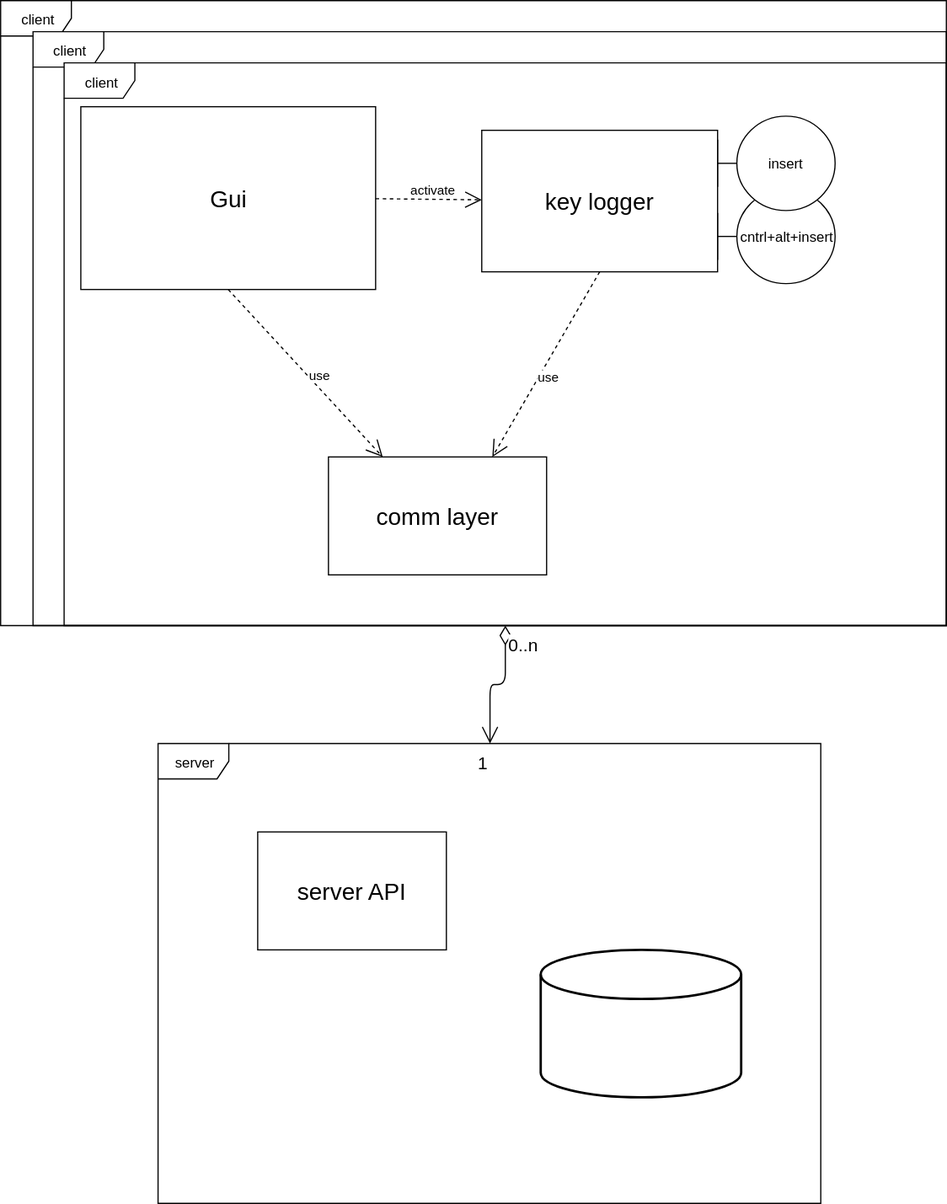
Earlier version of the draw.io export Documents/general diagram.svg (adibl/password_saver). Source tidied: cells renumbered, new cells last; positions are measured from the earlier drawing's top-left corner, leaving out a move shared by most shapes. Source of this version:
```xml
<mxGraphModel>
  <root>
    <mxCell id="0" />
    <mxCell id="1" parent="0" />
    <mxCell id="2" style="strokeWidth=2;html=1;shape=mxgraph.flowchart.database;whiteSpace=wrap;" parent="1" vertex="1">
      <mxGeometry x="458" y="805" width="170" height="125" as="geometry" />
    </mxCell>
    <mxCell id="3" value="&lt;font style=&quot;font-size: 20px&quot;&gt;server API&lt;/font&gt;" style="html=1;" parent="1" vertex="1">
      <mxGeometry x="218" y="705" width="160" height="100" as="geometry" />
    </mxCell>
    <mxCell id="4" value="server" style="shape=umlFrame;whiteSpace=wrap;html=1;" parent="1" vertex="1">
      <mxGeometry x="133.5" y="630" width="562" height="390" as="geometry" />
    </mxCell>
    <mxCell id="5" value="cntrl+alt+insert" style="shape=umlBoundary;whiteSpace=wrap;html=1;" parent="1" vertex="1">
      <mxGeometry x="608" y="160" width="100" height="80" as="geometry" />
    </mxCell>
    <mxCell id="6" value="&lt;font style=&quot;font-size: 20px&quot;&gt;key logger&lt;/font&gt;" style="html=1;" parent="1" vertex="1">
      <mxGeometry x="408" y="110" width="200" height="120" as="geometry" />
    </mxCell>
    <mxCell id="7" value="&lt;font style=&quot;font-size: 20px&quot;&gt;Gui&lt;/font&gt;" style="html=1;" parent="1" vertex="1">
      <mxGeometry x="68" y="90" width="250" height="155" as="geometry" />
    </mxCell>
    <mxCell id="8" value="activate" style="endArrow=open;endSize=12;dashed=1;html=1;exitX=1;exitY=0.5;exitDx=0;exitDy=0;" parent="1" edge="1" source="7" target="6">
      <mxGeometry x="0.09" y="8" relative="1" as="geometry" />
    </mxCell>
    <mxCell id="9" value="&lt;font style=&quot;font-size: 20px&quot;&gt;comm layer&lt;/font&gt;" style="html=1;" parent="1" vertex="1">
      <mxGeometry x="278" y="387" width="185" height="100" as="geometry" />
    </mxCell>
    <mxCell id="10" value="use" style="endArrow=open;endSize=12;dashed=1;html=1;exitX=0.5;exitY=1;exitDx=0;exitDy=0;entryX=0.25;entryY=0;entryDx=0;entryDy=0;" parent="1" edge="1" source="7" target="9">
      <mxGeometry x="0.09" y="8" relative="1" as="geometry" />
    </mxCell>
    <mxCell id="11" value="use" style="endArrow=open;endSize=12;dashed=1;html=1;exitX=0.5;exitY=1;exitDx=0;exitDy=0;entryX=0.75;entryY=0;entryDx=0;entryDy=0;" parent="1" edge="1" source="6" target="9">
      <mxGeometry x="0.09" y="8" relative="1" as="geometry" />
    </mxCell>
    <mxCell id="12" style="group;" parent="1" vertex="1">
      <mxGeometry width="802" height="530" as="geometry" />
    </mxCell>
    <mxCell id="13" value="client" style="shape=umlFrame;whiteSpace=wrap;html=1;" parent="12" vertex="1">
      <mxGeometry width="802" height="530" as="geometry" />
    </mxCell>
    <mxCell id="14" value="client" style="shape=umlFrame;whiteSpace=wrap;html=1;" parent="12" vertex="1">
      <mxGeometry x="27.5" y="26.4" width="774.5" height="503.6" as="geometry" />
    </mxCell>
    <mxCell id="15" value="client" style="shape=umlFrame;whiteSpace=wrap;html=1;" parent="12" vertex="1">
      <mxGeometry x="53.8" y="52.8" width="748.2" height="477.2" as="geometry" />
    </mxCell>
    <mxCell id="16" value="insert" style="shape=umlBoundary;whiteSpace=wrap;html=1;direction=east;" parent="1" vertex="1">
      <mxGeometry x="608" y="98" width="100" height="80" as="geometry" />
    </mxCell>
    <mxCell id="17" style="endArrow=open;html=1;endSize=12;startArrow=diamondThin;startSize=14;startFill=0;edgeStyle=orthogonalEdgeStyle;" parent="1" edge="1" source="15" target="4">
      <mxGeometry relative="1" as="geometry" />
    </mxCell>
    <mxCell id="18" value="&lt;font style=&quot;font-size: 15px&quot;&gt;0..n&lt;/font&gt;" style="html=1;align=left;verticalAlign=top;labelBackgroundColor=#ffffff;fontSize=10;" parent="17" vertex="1">
      <mxGeometry x="-1" relative="1" as="geometry" />
    </mxCell>
    <mxCell id="19" value="&lt;font style=&quot;font-size: 15px&quot;&gt;1&lt;/font&gt;" style="html=1;align=right;verticalAlign=top;labelBackgroundColor=#ffffff;fontSize=10;" parent="17" vertex="1">
      <mxGeometry x="1" relative="1" as="geometry" />
    </mxCell>
  </root>
</mxGraphModel>
```
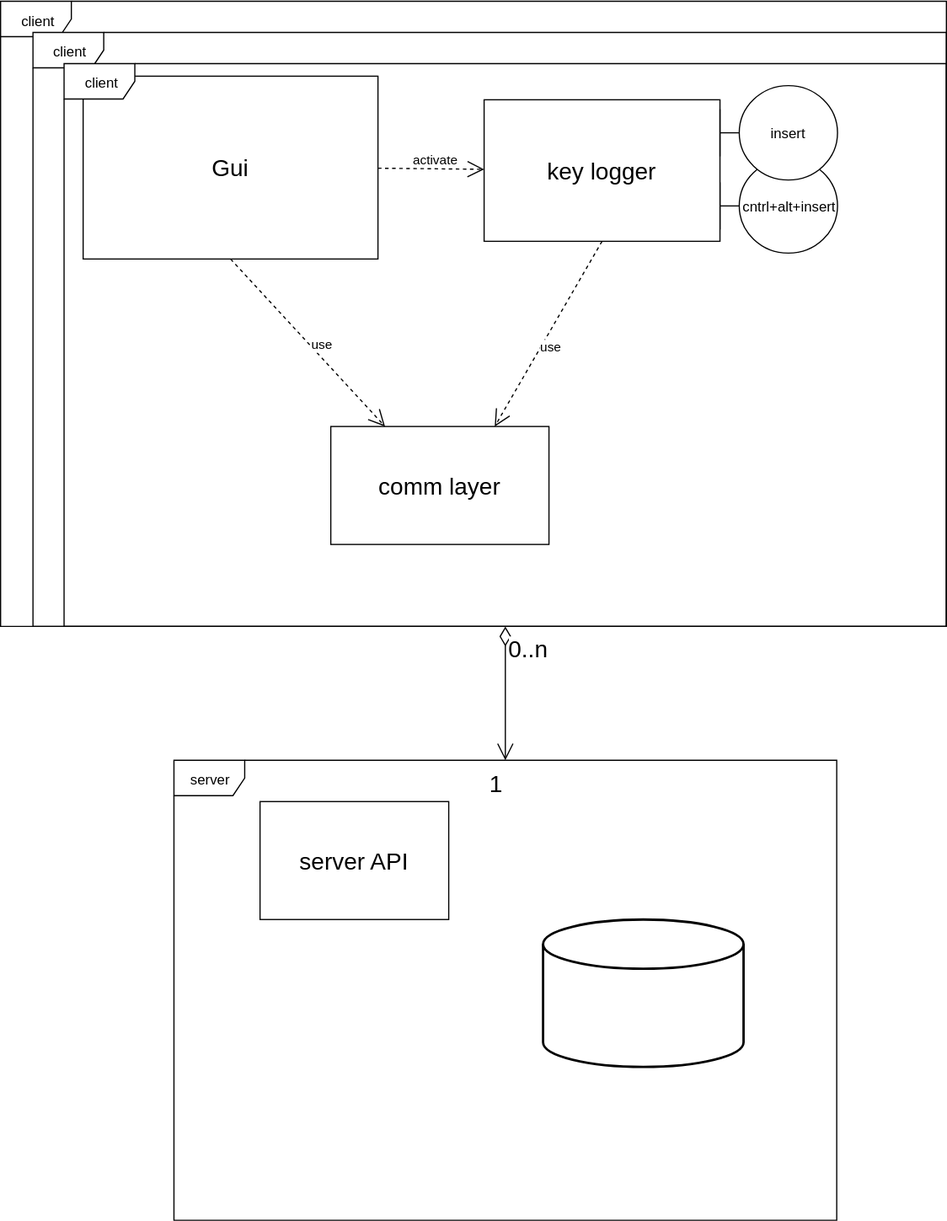
Above is the later version.

What changed in the source:
```diff
@@ -5,25 +5,25 @@
     <mxCell id="2" style="strokeWidth=2;html=1;shape=mxgraph.flowchart.database;whiteSpace=wrap;" parent="1" vertex="1">
       <mxGeometry x="458" y="805" width="170" height="125" as="geometry" />
     </mxCell>
-    <mxCell id="3" value="&lt;font style=&quot;font-size: 20px&quot;&gt;server API&lt;/font&gt;" style="html=1;" parent="1" vertex="1">
+    <mxCell id="3" value="server API" style="fontSize=20;" parent="1" vertex="1">
       <mxGeometry x="218" y="705" width="160" height="100" as="geometry" />
     </mxCell>
     <mxCell id="4" value="server" style="shape=umlFrame;whiteSpace=wrap;html=1;" parent="1" vertex="1">
-      <mxGeometry x="133.5" y="630" width="562" height="390" as="geometry" />
+      <mxGeometry x="145" y="670" width="562" height="390" as="geometry" />
     </mxCell>
     <mxCell id="5" value="cntrl+alt+insert" style="shape=umlBoundary;whiteSpace=wrap;html=1;" parent="1" vertex="1">
       <mxGeometry x="608" y="160" width="100" height="80" as="geometry" />
     </mxCell>
-    <mxCell id="6" value="&lt;font style=&quot;font-size: 20px&quot;&gt;key logger&lt;/font&gt;" style="html=1;" parent="1" vertex="1">
+    <mxCell id="6" value="key logger" style="fontSize=20;" parent="1" vertex="1">
       <mxGeometry x="408" y="110" width="200" height="120" as="geometry" />
     </mxCell>
-    <mxCell id="7" value="&lt;font style=&quot;font-size: 20px&quot;&gt;Gui&lt;/font&gt;" style="html=1;" parent="1" vertex="1">
+    <mxCell id="7" value="Gui" style="fontSize=20;" parent="1" vertex="1">
       <mxGeometry x="68" y="90" width="250" height="155" as="geometry" />
     </mxCell>
     <mxCell id="8" value="activate" style="endArrow=open;endSize=12;dashed=1;html=1;exitX=1;exitY=0.5;exitDx=0;exitDy=0;" parent="1" edge="1" source="7" target="6">
       <mxGeometry x="0.09" y="8" relative="1" as="geometry" />
     </mxCell>
-    <mxCell id="9" value="&lt;font style=&quot;font-size: 20px&quot;&gt;comm layer&lt;/font&gt;" style="html=1;" parent="1" vertex="1">
+    <mxCell id="9" value="comm layer" style="fontSize=20;" parent="1" vertex="1">
       <mxGeometry x="278" y="387" width="185" height="100" as="geometry" />
     </mxCell>
     <mxCell id="10" value="use" style="endArrow=open;endSize=12;dashed=1;html=1;exitX=0.5;exitY=1;exitDx=0;exitDy=0;entryX=0.25;entryY=0;entryDx=0;entryDy=0;" parent="1" edge="1" source="7" target="9">
@@ -33,7 +33,7 @@
       <mxGeometry x="0.09" y="8" relative="1" as="geometry" />
     </mxCell>
     <mxCell id="12" style="group;" parent="1" vertex="1">
-      <mxGeometry width="802" height="530" as="geometry" />
+      <mxGeometry x="-2" y="26.5" width="802" height="530" as="geometry" />
     </mxCell>
     <mxCell id="13" value="client" style="shape=umlFrame;whiteSpace=wrap;html=1;" parent="12" vertex="1">
       <mxGeometry width="802" height="530" as="geometry" />
@@ -50,10 +50,10 @@
     <mxCell id="17" style="endArrow=open;html=1;endSize=12;startArrow=diamondThin;startSize=14;startFill=0;edgeStyle=orthogonalEdgeStyle;" parent="1" edge="1" source="15" target="4">
       <mxGeometry relative="1" as="geometry" />
     </mxCell>
-    <mxCell id="18" value="&lt;font style=&quot;font-size: 15px&quot;&gt;0..n&lt;/font&gt;" style="html=1;align=left;verticalAlign=top;labelBackgroundColor=#ffffff;fontSize=10;" parent="17" vertex="1">
+    <mxCell id="18" value="0..n" style="align=left;verticalAlign=top;labelBackgroundColor=#ffffff;fontSize=20;" parent="17" vertex="1">
       <mxGeometry x="-1" relative="1" as="geometry" />
     </mxCell>
-    <mxCell id="19" value="&lt;font style=&quot;font-size: 15px&quot;&gt;1&lt;/font&gt;" style="html=1;align=right;verticalAlign=top;labelBackgroundColor=#ffffff;fontSize=10;" parent="17" vertex="1">
+    <mxCell id="19" value="1" style="align=right;verticalAlign=top;labelBackgroundColor=#ffffff;fontSize=20;" parent="17" vertex="1">
       <mxGeometry x="1" relative="1" as="geometry" />
     </mxCell>
   </root>
```
